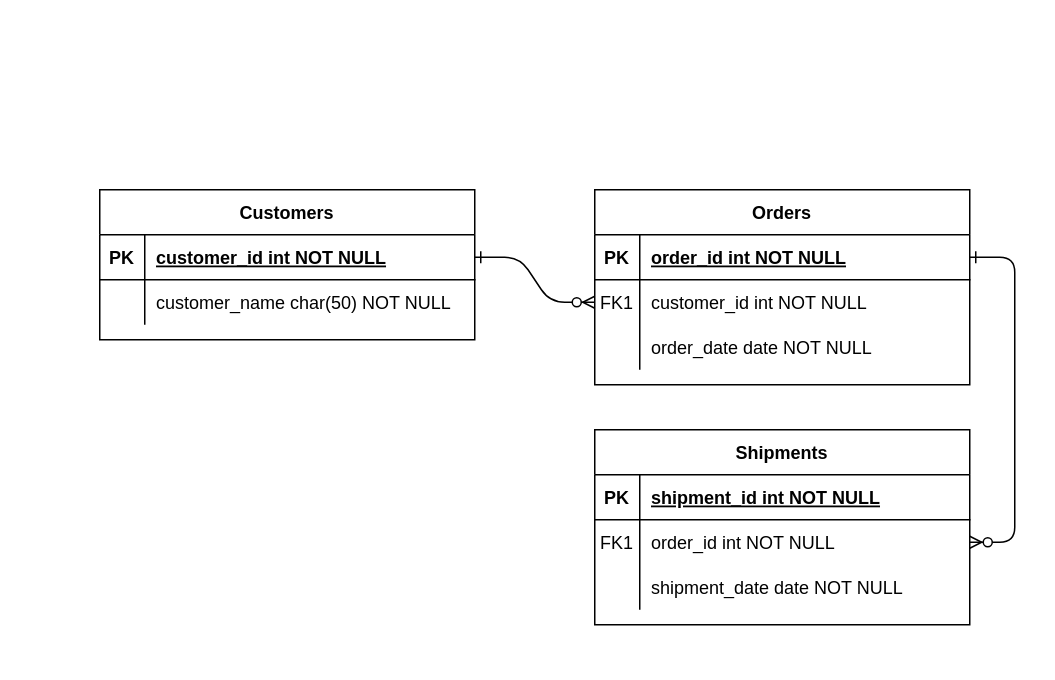
Earlier version of the draw.io diagram courseVersioning.drawio (web3web4/neargami-backend). Source tidied: cells renumbered, new cells numbered last; positions are measured from the earlier drawing's top-left corner, leaving out a move shared by most shapes. Both pictures are drawn from the tidied source at 150%, with x=0, y=0 at pixel (99, 189).
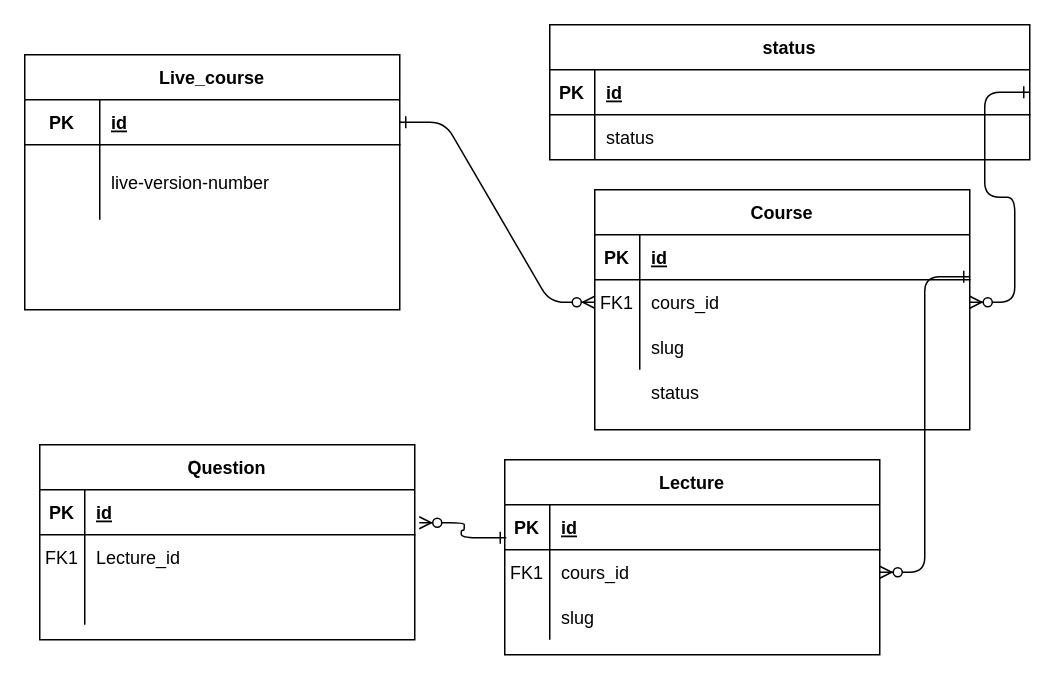
The same page after the edit.

The change refers to these unchanged cells:
```xml
<mxCell id="5" style="shape=partialRectangle;fillColor=none;points=[[0,0.5],[1,0.5]];portConstraint=eastwest;top=0;left=0;right=0;bottom=1;" parent="4" vertex="1">
  <mxGeometry y="30" width="250" height="30" as="geometry" />
</mxCell>
<mxCell id="8" style="shape=partialRectangle;fillColor=none;points=[[0,0.5],[1,0.5]];portConstraint=eastwest;top=0;left=0;right=0;bottom=0;" parent="4" vertex="1">
  <mxGeometry y="60" width="250" height="30" as="geometry" />
</mxCell>
<mxCell id="11" style="shape=partialRectangle;fillColor=none;top=0;left=0;right=0;bottom=0;" parent="4" vertex="1">
  <mxGeometry y="90" width="250" height="30" as="geometry" />
</mxCell>
<mxCell id="25" style="shape=partialRectangle;fillColor=none;points=[[0,0.5],[1,0.5]];portConstraint=eastwest;top=0;left=0;right=0;bottom=1;" parent="24" vertex="1">
  <mxGeometry y="30" width="250" height="30" as="geometry" />
</mxCell>
```

Diff of the diagram source:
```diff
@@
-    <mxCell id="3" style="edgeStyle=entityRelationEdgeStyle;endArrow=ERzeroToMany;startArrow=ERone;endFill=1;startFill=0;" parent="1" edge="1" source="5" target="18">
-      <mxGeometry relative="1" as="geometry" />
-    </mxCell>
-    <mxCell id="4" value="Orders" style="shape=table;startSize=30;childLayout=tableLayout;rowLines=0;fontStyle=1;align=center;" parent="1" vertex="1">
-      <mxGeometry x="330" width="250" height="130" as="geometry" />
+    <mxCell id="4" value="Course" style="shape=table;startSize=30;childLayout=tableLayout;rowLines=0;fontStyle=1;align=center;" parent="1" vertex="1">
+      <mxGeometry x="330" width="250" height="160" as="geometry" />
     </mxCell>
@@
-    <mxCell id="7" value="order_id int NOT NULL " style="shape=partialRectangle;overflow=hidden;fillColor=none;top=0;left=0;bottom=0;right=0;align=left;spacingLeft=6;fontStyle=5;" parent="5" vertex="1">
+    <mxCell id="7" value="id" style="shape=partialRectangle;overflow=hidden;fillColor=none;top=0;left=0;bottom=0;right=0;align=left;spacingLeft=6;fontStyle=5;" parent="5" vertex="1">
       <mxGeometry x="30" width="220" height="30" as="geometry" />
     </mxCell>
@@
-    <mxCell id="10" value="customer_id int NOT NULL" style="shape=partialRectangle;overflow=hidden;fillColor=none;top=0;left=0;bottom=0;right=0;align=left;spacingLeft=6;" parent="8" vertex="1">
+    <mxCell id="10" value="cours_id" style="shape=partialRectangle;overflow=hidden;fillColor=none;top=0;left=0;bottom=0;right=0;align=left;spacingLeft=6;" parent="8" vertex="1">
       <mxGeometry x="30" width="220" height="30" as="geometry" />
     </mxCell>
@@
-    <mxCell id="13" value="order_date date NOT NULL" style="shape=partialRectangle;overflow=hidden;fillColor=none;top=0;left=0;bottom=0;right=0;align=left;spacingLeft=6;" parent="11" vertex="1">
+    <mxCell id="13" value="slug" style="shape=partialRectangle;overflow=hidden;fillColor=none;top=0;left=0;bottom=0;right=0;align=left;spacingLeft=6;" parent="11" vertex="1">
       <mxGeometry x="30" width="220" height="30" as="geometry" />
     </mxCell>
-    <mxCell id="14" value="Shipments" style="shape=table;startSize=30;childLayout=tableLayout;rowLines=0;fontStyle=1;align=center;" parent="1" vertex="1">
-      <mxGeometry x="330" y="160" width="250" height="130" as="geometry" />
+    <mxCell id="14" value="status" style="shape=table;startSize=30;childLayout=tableLayout;rowLines=0;fontStyle=1;align=center;" parent="1" vertex="1">
+      <mxGeometry x="300" y="-110" width="320" height="90" as="geometry" />
     </mxCell>
     <mxCell id="15" style="shape=partialRectangle;fillColor=none;points=[[0,0.5],[1,0.5]];portConstraint=eastwest;top=0;left=0;right=0;bottom=1;" parent="14" vertex="1">
-      <mxGeometry y="30" width="250" height="30" as="geometry" />
+      <mxGeometry y="30" width="320" height="30" as="geometry" />
     </mxCell>
@@
-    <mxCell id="17" value="shipment_id int NOT NULL " style="shape=partialRectangle;overflow=hidden;fillColor=none;top=0;left=0;bottom=0;right=0;align=left;spacingLeft=6;fontStyle=5;" parent="15" vertex="1">
-      <mxGeometry x="30" width="220" height="30" as="geometry" />
+    <mxCell id="17" value="id" style="shape=partialRectangle;overflow=hidden;fillColor=none;top=0;left=0;bottom=0;right=0;align=left;spacingLeft=6;fontStyle=5;" parent="15" vertex="1">
+      <mxGeometry x="30" width="290" height="30" as="geometry" />
     </mxCell>
     <mxCell id="18" style="shape=partialRectangle;fillColor=none;points=[[0,0.5],[1,0.5]];portConstraint=eastwest;top=0;left=0;right=0;bottom=0;" parent="14" vertex="1">
-      <mxGeometry y="60" width="250" height="30" as="geometry" />
+      <mxGeometry y="60" width="320" height="30" as="geometry" />
     </mxCell>
-    <mxCell id="19" value="FK1" style="shape=partialRectangle;overflow=hidden;fillColor=none;top=0;left=0;bottom=0;right=0;" parent="18" vertex="1">
+    <mxCell id="19" style="shape=partialRectangle;overflow=hidden;fillColor=none;top=0;left=0;bottom=0;right=0;" parent="18" vertex="1">
       <mxGeometry width="30" height="30" as="geometry" />
     </mxCell>
-    <mxCell id="20" value="order_id int NOT NULL" style="shape=partialRectangle;overflow=hidden;fillColor=none;top=0;left=0;bottom=0;right=0;align=left;spacingLeft=6;" parent="18" vertex="1">
-      <mxGeometry x="30" width="220" height="30" as="geometry" />
+    <mxCell id="20" value="status " style="shape=partialRectangle;overflow=hidden;fillColor=none;top=0;left=0;bottom=0;right=0;align=left;spacingLeft=6;" parent="18" vertex="1">
+      <mxGeometry x="30" width="290" height="30" as="geometry" />
     </mxCell>
-    <mxCell id="21" style="shape=partialRectangle;fillColor=none;top=0;left=0;right=0;bottom=0;" parent="14" vertex="1">
-      <mxGeometry y="90" width="250" height="30" as="geometry" />
-    </mxCell>
-    <mxCell id="22" style="shape=partialRectangle;overflow=hidden;fillColor=none;top=0;left=0;bottom=0;right=0;" parent="21" vertex="1">
-      <mxGeometry width="30" height="30" as="geometry" />
-    </mxCell>
-    <mxCell id="23" value="shipment_date date NOT NULL" style="shape=partialRectangle;overflow=hidden;fillColor=none;top=0;left=0;bottom=0;right=0;align=left;spacingLeft=6;" parent="21" vertex="1">
-      <mxGeometry x="30" width="220" height="30" as="geometry" />
-    </mxCell>
-    <mxCell id="24" value="Customers" style="shape=table;startSize=30;childLayout=tableLayout;rowLines=0;fontStyle=1;align=center;" parent="1" vertex="1">
-      <mxGeometry width="250" height="100" as="geometry" />
+    <mxCell id="24" value="Live_course" style="shape=table;startSize=30;childLayout=tableLayout;rowLines=0;fontStyle=1;align=center;" parent="1" vertex="1">
+      <mxGeometry x="-50" y="-90" width="250" height="170" as="geometry" />
     </mxCell>
@@
     <mxCell id="26" value="PK" style="shape=partialRectangle;overflow=hidden;fillColor=none;top=0;left=0;bottom=0;right=0;fontStyle=1;" parent="25" vertex="1">
-      <mxGeometry width="30" height="30" as="geometry" />
+      <mxGeometry width="50" height="30" as="geometry" />
     </mxCell>
-    <mxCell id="27" value="customer_id int NOT NULL " style="shape=partialRectangle;overflow=hidden;fillColor=none;top=0;left=0;bottom=0;right=0;align=left;spacingLeft=6;fontStyle=5;" parent="25" vertex="1">
-      <mxGeometry x="30" width="220" height="30" as="geometry" />
+    <mxCell id="27" value="id" style="shape=partialRectangle;overflow=hidden;fillColor=none;top=0;left=0;bottom=0;right=0;align=left;spacingLeft=6;fontStyle=5;" parent="25" vertex="1">
+      <mxGeometry x="50" width="200" height="30" as="geometry" />
     </mxCell>
     <mxCell id="28" style="shape=partialRectangle;fillColor=none;top=0;left=0;right=0;bottom=0;" parent="24" vertex="1">
-      <mxGeometry y="60" width="250" height="30" as="geometry" />
+      <mxGeometry y="60" width="250" height="50" as="geometry" />
     </mxCell>
     <mxCell id="29" style="shape=partialRectangle;overflow=hidden;fillColor=none;top=0;left=0;bottom=0;right=0;" parent="28" vertex="1">
-      <mxGeometry width="30" height="30" as="geometry" />
+      <mxGeometry width="50" height="50" as="geometry" />
     </mxCell>
-    <mxCell id="30" value="customer_name char(50) NOT NULL" style="shape=partialRectangle;overflow=hidden;fillColor=none;top=0;left=0;bottom=0;right=0;align=left;spacingLeft=6;" parent="28" vertex="1">
-      <mxGeometry x="30" width="220" height="30" as="geometry" />
+    <mxCell id="30" value="live-version-number" style="shape=partialRectangle;overflow=hidden;fillColor=none;top=0;left=0;bottom=0;right=0;align=left;spacingLeft=6;" parent="28" vertex="1">
+      <mxGeometry x="50" width="200" height="50" as="geometry" />
     </mxCell>
+    <mxCell id="3" style="edgeStyle=entityRelationEdgeStyle;endArrow=ERzeroToMany;startArrow=ERone;endFill=1;startFill=0;exitX=1;exitY=0.5;exitDx=0;exitDy=0;" parent="1" edge="1" source="15" target="8">
+      <mxGeometry relative="1" as="geometry">
+        <Array as="points">
+          <mxPoint x="600" y="50" />
+          <mxPoint x="620" y="140" />
+          <mxPoint x="660" />
+          <mxPoint x="660" y="40" />
+          <mxPoint x="620" y="150" />
+          <mxPoint x="580" y="60" />
+        </Array>
+      </mxGeometry>
+    </mxCell>
+    <mxCell id="31" value="Lecture" style="shape=table;startSize=30;childLayout=tableLayout;rowLines=0;fontStyle=1;align=center;" parent="1" vertex="1">
+      <mxGeometry x="270" y="180" width="250" height="130" as="geometry" />
+    </mxCell>
+    <mxCell id="32" style="shape=partialRectangle;fillColor=none;points=[[0,0.5],[1,0.5]];portConstraint=eastwest;top=0;left=0;right=0;bottom=1;" parent="31" vertex="1">
+      <mxGeometry y="30" width="250" height="30" as="geometry" />
+    </mxCell>
+    <mxCell id="33" value="PK" style="shape=partialRectangle;overflow=hidden;fillColor=none;top=0;left=0;bottom=0;right=0;fontStyle=1;" parent="32" vertex="1">
+      <mxGeometry width="30" height="30" as="geometry" />
+    </mxCell>
+    <mxCell id="34" value="id" style="shape=partialRectangle;overflow=hidden;fillColor=none;top=0;left=0;bottom=0;right=0;align=left;spacingLeft=6;fontStyle=5;" parent="32" vertex="1">
+      <mxGeometry x="30" width="220" height="30" as="geometry" />
+    </mxCell>
+    <mxCell id="35" style="shape=partialRectangle;fillColor=none;points=[[0,0.5],[1,0.5]];portConstraint=eastwest;top=0;left=0;right=0;bottom=0;" parent="31" vertex="1">
+      <mxGeometry y="60" width="250" height="30" as="geometry" />
+    </mxCell>
+    <mxCell id="36" value="FK1" style="shape=partialRectangle;overflow=hidden;fillColor=none;top=0;left=0;bottom=0;right=0;" parent="35" vertex="1">
+      <mxGeometry width="30" height="30" as="geometry" />
+    </mxCell>
+    <mxCell id="37" value="cours_id" style="shape=partialRectangle;overflow=hidden;fillColor=none;top=0;left=0;bottom=0;right=0;align=left;spacingLeft=6;" parent="35" vertex="1">
+      <mxGeometry x="30" width="220" height="30" as="geometry" />
+    </mxCell>
+    <mxCell id="38" style="shape=partialRectangle;fillColor=none;top=0;left=0;right=0;bottom=0;" parent="31" vertex="1">
+      <mxGeometry y="90" width="250" height="30" as="geometry" />
+    </mxCell>
+    <mxCell id="39" style="shape=partialRectangle;overflow=hidden;fillColor=none;top=0;left=0;bottom=0;right=0;" parent="38" vertex="1">
+      <mxGeometry width="30" height="30" as="geometry" />
+    </mxCell>
+    <mxCell id="40" value="slug" style="shape=partialRectangle;overflow=hidden;fillColor=none;top=0;left=0;bottom=0;right=0;align=left;spacingLeft=6;" parent="38" vertex="1">
+      <mxGeometry x="30" width="220" height="30" as="geometry" />
+    </mxCell>
+    <mxCell id="41" style="edgeStyle=entityRelationEdgeStyle;endArrow=ERzeroToMany;startArrow=ERone;endFill=1;startFill=0;exitX=1;exitY=-0.067;exitDx=0;exitDy=0;exitPerimeter=0;entryX=1;entryY=0.5;entryDx=0;entryDy=0;" parent="1" edge="1" source="8" target="35">
+      <mxGeometry relative="1" as="geometry">
+        <Array as="points">
+          <mxPoint x="660" y="60" />
+          <mxPoint x="680" y="150" />
+          <mxPoint x="720" y="10" />
+          <mxPoint x="650" y="220" />
+          <mxPoint x="720" y="50" />
+          <mxPoint x="590" y="243" />
+          <mxPoint x="680" y="160" />
+          <mxPoint x="640" y="70" />
+        </Array>
+      </mxGeometry>
+    </mxCell>
+    <mxCell id="42" value="status" style="shape=partialRectangle;overflow=hidden;fillColor=none;top=0;left=0;bottom=0;right=0;align=left;spacingLeft=6;" parent="1" vertex="1">
+      <mxGeometry x="360" y="120" width="220" height="30" as="geometry" />
+    </mxCell>
+    <mxCell id="43" value="َQuestion" style="shape=table;startSize=30;childLayout=tableLayout;rowLines=0;fontStyle=1;align=center;" parent="1" vertex="1">
+      <mxGeometry x="-40" y="170" width="250" height="130" as="geometry" />
+    </mxCell>
+    <mxCell id="44" style="shape=partialRectangle;fillColor=none;points=[[0,0.5],[1,0.5]];portConstraint=eastwest;top=0;left=0;right=0;bottom=1;" parent="43" vertex="1">
+      <mxGeometry y="30" width="250" height="30" as="geometry" />
+    </mxCell>
+    <mxCell id="45" value="PK" style="shape=partialRectangle;overflow=hidden;fillColor=none;top=0;left=0;bottom=0;right=0;fontStyle=1;" parent="44" vertex="1">
+      <mxGeometry width="30" height="30" as="geometry" />
+    </mxCell>
+    <mxCell id="46" value="id" style="shape=partialRectangle;overflow=hidden;fillColor=none;top=0;left=0;bottom=0;right=0;align=left;spacingLeft=6;fontStyle=5;" parent="44" vertex="1">
+      <mxGeometry x="30" width="220" height="30" as="geometry" />
+    </mxCell>
+    <mxCell id="47" style="shape=partialRectangle;fillColor=none;top=0;left=0;right=0;bottom=0;" parent="43" vertex="1">
+      <mxGeometry y="60" width="250" height="30" as="geometry" />
+    </mxCell>
+    <mxCell id="48" value="FK1" style="shape=partialRectangle;overflow=hidden;fillColor=none;top=0;left=0;bottom=0;right=0;" parent="47" vertex="1">
+      <mxGeometry width="30" height="30" as="geometry" />
+    </mxCell>
+    <mxCell id="49" value="Lecture_id" style="shape=partialRectangle;overflow=hidden;fillColor=none;top=0;left=0;bottom=0;right=0;align=left;spacingLeft=6;" parent="47" vertex="1">
+      <mxGeometry x="30" width="220" height="30" as="geometry" />
+    </mxCell>
+    <mxCell id="50" style="shape=partialRectangle;fillColor=none;top=0;left=0;right=0;bottom=0;" parent="43" vertex="1">
+      <mxGeometry y="90" width="250" height="30" as="geometry" />
+    </mxCell>
+    <mxCell id="51" style="shape=partialRectangle;overflow=hidden;fillColor=none;top=0;left=0;bottom=0;right=0;" parent="50" vertex="1">
+      <mxGeometry width="30" height="30" as="geometry" />
+    </mxCell>
+    <mxCell id="52" style="shape=partialRectangle;overflow=hidden;fillColor=none;top=0;left=0;bottom=0;right=0;align=left;spacingLeft=6;" parent="50" vertex="1">
+      <mxGeometry x="30" width="220" height="30" as="geometry" />
+    </mxCell>
+    <mxCell id="53" style="edgeStyle=entityRelationEdgeStyle;endArrow=ERzeroToMany;startArrow=ERone;endFill=1;startFill=0;exitX=0.004;exitY=0.733;exitDx=0;exitDy=0;exitPerimeter=0;entryX=1.012;entryY=0.733;entryDx=0;entryDy=0;entryPerimeter=0;" parent="1" edge="1" source="32" target="44">
+      <mxGeometry relative="1" as="geometry">
+        <Array as="points">
+          <mxPoint x="670" y="70" />
+          <mxPoint x="690" y="160" />
+          <mxPoint x="730" y="20" />
+          <mxPoint x="660" y="230" />
+          <mxPoint x="730" y="60" />
+          <mxPoint x="600" y="253" />
+          <mxPoint x="690" y="170" />
+          <mxPoint x="650" y="80" />
+        </Array>
+      </mxGeometry>
+    </mxCell>
```
